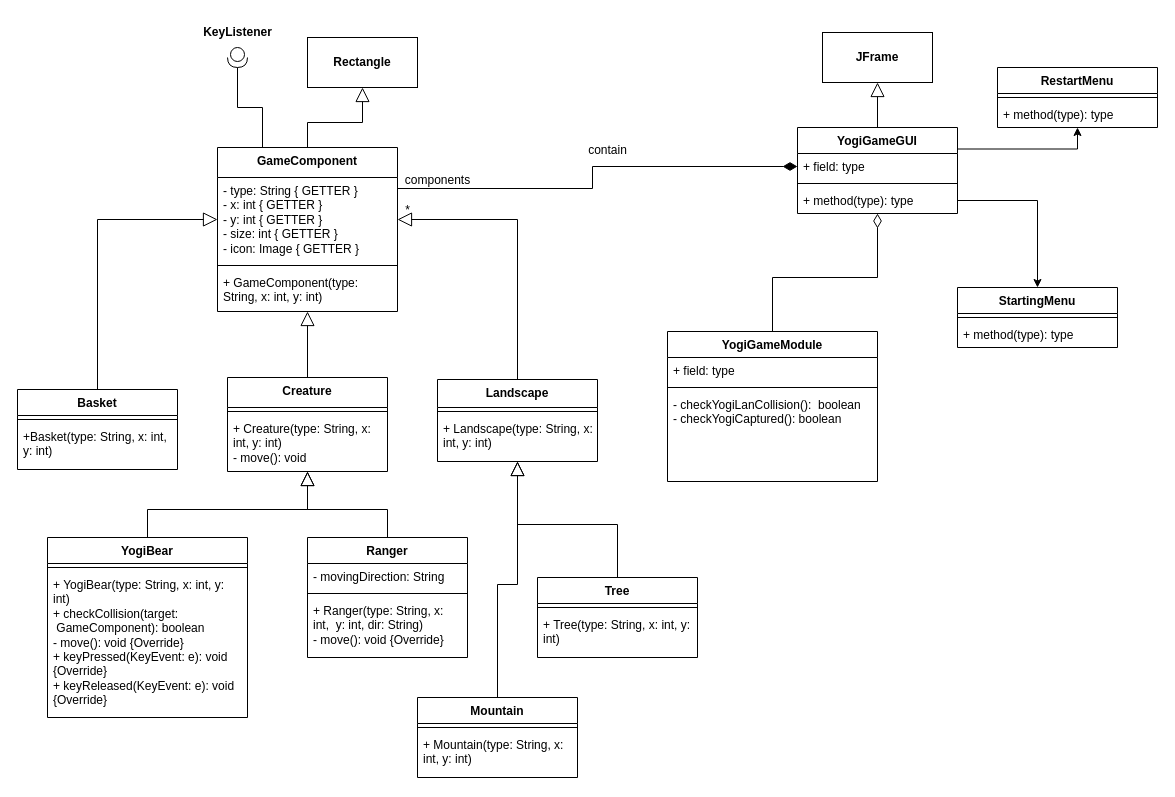
summertx/uml keeps this draw.io diagram as thirdAssignment.drawio. Above is the earlier version. Source tidied: cells renumbered, new cells numbered last; positions are measured from the earlier drawing's top-left corner, leaving out a move shared by most shapes. Both pictures are drawn from the tidied source at 100%, with x=0, y=0 at pixel (17, 17).
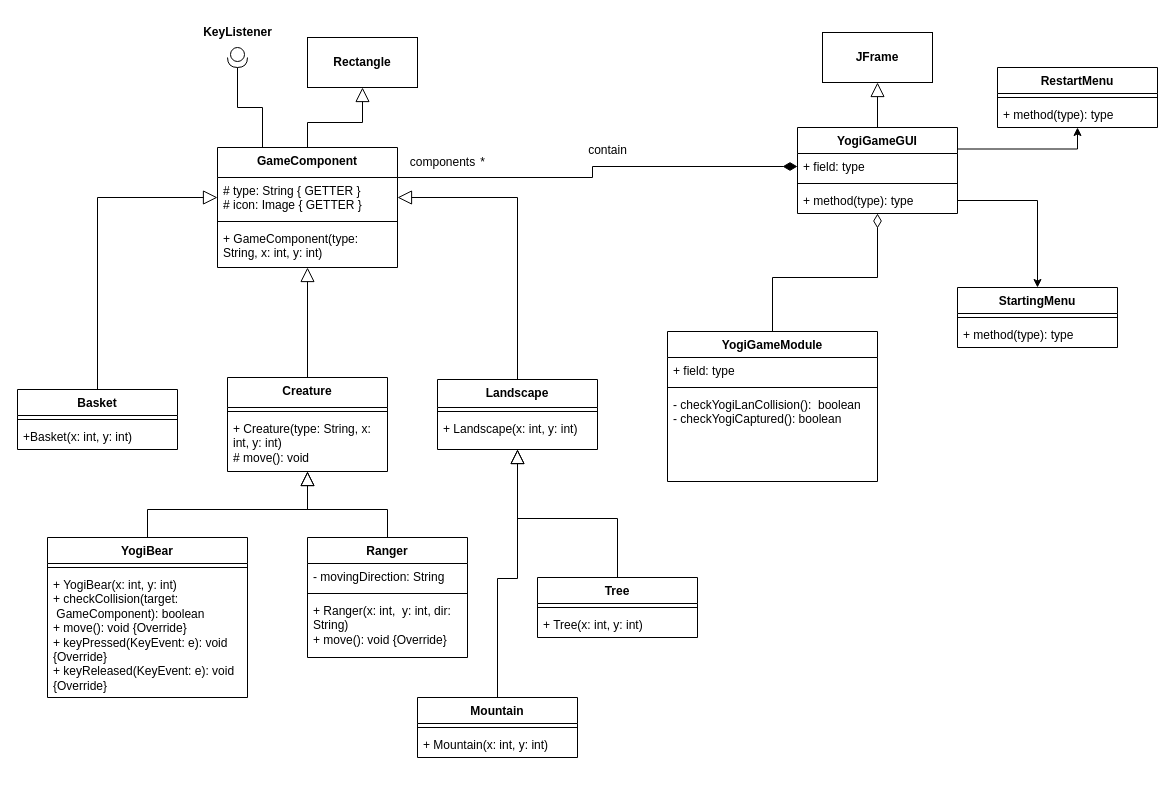
Above is the later version.

The change refers to these unchanged cells:
```xml
<mxCell id="3" value="&lt;div&gt;&lt;span style=&quot;background-color: initial;&quot;&gt;Creature&lt;/span&gt;&lt;/div&gt;" style="swimlane;fontStyle=1;align=center;verticalAlign=top;horizontal=1;startSize=30;whiteSpace=wrap;html=1;" parent="1" vertex="1">
  <mxGeometry x="210" y="360" width="160" height="94" as="geometry" />
</mxCell>
<mxCell id="26" value="Ranger" style="swimlane;fontStyle=1;align=center;verticalAlign=top;horizontal=1;startSize=26;whiteSpace=wrap;html=1;" parent="1" vertex="1">
  <mxGeometry x="290" y="520" width="160" height="120" as="geometry" />
</mxCell>
```

Change to the diagram source:
```diff
@@
-    <mxCell id="5" value="&lt;div&gt;+ Creature(type: String, x: int, y: int)&lt;/div&gt;- move(): void" style="text;strokeColor=none;fillColor=none;align=left;verticalAlign=top;spacingLeft=4;spacingRight=4;overflow=hidden;whiteSpace=wrap;html=1;" parent="3" vertex="1">
+    <mxCell id="5" value="&lt;div&gt;+ Creature(type: String, x: int, y: int)&lt;/div&gt;# move(): void" style="text;strokeColor=none;fillColor=none;align=left;verticalAlign=top;spacingLeft=4;spacingRight=4;overflow=hidden;whiteSpace=wrap;html=1;" parent="3" vertex="1">
       <mxGeometry y="38" width="160" height="56" as="geometry" />
     </mxCell>
@@
     <mxCell id="7" value="YogiBear" style="swimlane;fontStyle=1;align=center;verticalAlign=top;horizontal=1;startSize=26;whiteSpace=wrap;html=1;" parent="1" vertex="1">
-      <mxGeometry x="30" y="520" width="200" height="180" as="geometry" />
+      <mxGeometry x="30" y="520" width="200" height="160" as="geometry" />
     </mxCell>
@@
-    <mxCell id="9" value="&lt;div&gt;+ YogiBear(type: String, x: int, y: int)&lt;/div&gt;+ checkCollision(target:&amp;nbsp; &amp;nbsp; &amp;nbsp; &amp;nbsp;GameComponent): boolean&lt;div&gt;- move(): void {Override}&lt;/div&gt;&lt;div&gt;+ keyPressed(KeyEvent: e): void {Override}&lt;/div&gt;&lt;div&gt;+ keyReleased(KeyEvent: e): void {Override}&lt;/div&gt;" style="text;strokeColor=none;fillColor=none;align=left;verticalAlign=top;spacingLeft=4;spacingRight=4;overflow=hidden;whiteSpace=wrap;html=1;" parent="7" vertex="1">
-      <mxGeometry y="34" width="200" height="146" as="geometry" />
+    <mxCell id="9" value="&lt;div&gt;+ YogiBear(x: int, y: int)&lt;/div&gt;+ checkCollision(target:&amp;nbsp; &amp;nbsp; &amp;nbsp; &amp;nbsp;GameComponent): boolean&lt;div&gt;+ move(): void {Override}&lt;/div&gt;&lt;div&gt;+ keyPressed(KeyEvent: e): void {Override}&lt;/div&gt;&lt;div&gt;+ keyReleased(KeyEvent: e): void {Override}&lt;/div&gt;" style="text;strokeColor=none;fillColor=none;align=left;verticalAlign=top;spacingLeft=4;spacingRight=4;overflow=hidden;whiteSpace=wrap;html=1;" parent="7" vertex="1">
+      <mxGeometry y="34" width="200" height="126" as="geometry" />
     </mxCell>
@@
     <mxCell id="11" value="Basket" style="swimlane;fontStyle=1;align=center;verticalAlign=top;horizontal=1;startSize=26;whiteSpace=wrap;html=1;" parent="1" vertex="1">
-      <mxGeometry y="372" width="160" height="80" as="geometry" />
+      <mxGeometry y="372" width="160" height="60" as="geometry" />
     </mxCell>
@@
-    <mxCell id="13" value="+Basket(type: String, x: int, y: int)" style="text;strokeColor=none;fillColor=none;align=left;verticalAlign=top;spacingLeft=4;spacingRight=4;overflow=hidden;whiteSpace=wrap;html=1;" parent="11" vertex="1">
-      <mxGeometry y="34" width="160" height="46" as="geometry" />
+    <mxCell id="13" value="+Basket(x: int, y: int)" style="text;strokeColor=none;fillColor=none;align=left;verticalAlign=top;spacingLeft=4;spacingRight=4;overflow=hidden;whiteSpace=wrap;html=1;" parent="11" vertex="1">
+      <mxGeometry y="34" width="160" height="26" as="geometry" />
     </mxCell>
@@
     <mxCell id="15" value="&lt;div&gt;&lt;span style=&quot;background-color: initial;&quot;&gt;Landscape&lt;/span&gt;&lt;/div&gt;" style="swimlane;fontStyle=1;align=center;verticalAlign=top;horizontal=1;startSize=28;whiteSpace=wrap;html=1;" parent="1" vertex="1">
-      <mxGeometry x="420" y="362" width="160" height="82" as="geometry" />
+      <mxGeometry x="420" y="362" width="160" height="70" as="geometry" />
     </mxCell>
@@
-    <mxCell id="17" value="+ Landscape(type: String, x: int, y: int)" style="text;strokeColor=none;fillColor=none;align=left;verticalAlign=top;spacingLeft=4;spacingRight=4;overflow=hidden;whiteSpace=wrap;html=1;" parent="15" vertex="1">
-      <mxGeometry y="36" width="160" height="46" as="geometry" />
+    <mxCell id="17" value="+ Landscape(x: int, y: int)" style="text;strokeColor=none;fillColor=none;align=left;verticalAlign=top;spacingLeft=4;spacingRight=4;overflow=hidden;whiteSpace=wrap;html=1;" parent="15" vertex="1">
+      <mxGeometry y="36" width="160" height="34" as="geometry" />
     </mxCell>
@@
     <mxCell id="21" value="&lt;div&gt;&lt;span style=&quot;background-color: initial;&quot;&gt;GameComponent&lt;/span&gt;&lt;/div&gt;" style="swimlane;fontStyle=1;align=center;verticalAlign=top;horizontal=1;startSize=30;whiteSpace=wrap;html=1;" parent="1" vertex="1">
-      <mxGeometry x="200" y="130" width="180" height="164" as="geometry" />
+      <mxGeometry x="200" y="130" width="180" height="120" as="geometry" />
     </mxCell>
-    <mxCell id="22" value="&lt;div&gt;- type: String { GETTER }&lt;/div&gt;- x: int { GETTER }&lt;div&gt;- y: int { GETTER }&lt;/div&gt;&lt;div&gt;- size: int { GETTER }&lt;/div&gt;&lt;div&gt;- icon: Image { GETTER }&amp;nbsp;&lt;/div&gt;" style="text;strokeColor=none;fillColor=none;align=left;verticalAlign=top;spacingLeft=4;spacingRight=4;overflow=hidden;points=[[0,0.5],[1,0.5]];portConstraint=eastwest;whiteSpace=wrap;html=1;" parent="21" vertex="1">
-      <mxGeometry y="30" width="180" height="84" as="geometry" />
+    <mxCell id="22" value="&lt;div&gt;# type: String { GETTER }&lt;/div&gt;&lt;div&gt;# icon: Image { GETTER }&amp;nbsp;&lt;/div&gt;" style="text;strokeColor=none;fillColor=none;align=left;verticalAlign=top;spacingLeft=4;spacingRight=4;overflow=hidden;points=[[0,0.5],[1,0.5]];portConstraint=eastwest;whiteSpace=wrap;html=1;" parent="21" vertex="1">
+      <mxGeometry y="30" width="180" height="40" as="geometry" />
     </mxCell>
     <mxCell id="23" style="line;strokeWidth=1;fillColor=none;align=left;verticalAlign=middle;spacingTop=-1;spacingLeft=3;spacingRight=3;labelPosition=right;strokeColor=inherit;" parent="21" vertex="1">
-      <mxGeometry y="114" width="180" height="8" as="geometry" />
+      <mxGeometry y="70" width="180" height="8" as="geometry" />
     </mxCell>
     <mxCell id="24" value="&lt;div&gt;+ GameComponent(type: String, x: int, y: int)&lt;/div&gt;" style="text;strokeColor=none;fillColor=none;align=left;verticalAlign=top;spacingLeft=4;spacingRight=4;overflow=hidden;whiteSpace=wrap;html=1;" parent="21" vertex="1">
-      <mxGeometry y="122" width="180" height="42" as="geometry" />
+      <mxGeometry y="78" width="180" height="42" as="geometry" />
     </mxCell>
@@
-    <mxCell id="29" value="+ Ranger(type: String, x: int,&amp;nbsp; y: int, dir: String)&lt;div&gt;- move(): void {Override}&lt;/div&gt;" style="text;strokeColor=none;fillColor=none;align=left;verticalAlign=top;spacingLeft=4;spacingRight=4;overflow=hidden;whiteSpace=wrap;html=1;" parent="26" vertex="1">
+    <mxCell id="29" value="+ Ranger(x: int,&amp;nbsp; y: int, dir: String)&lt;div&gt;+ move(): void {Override}&lt;/div&gt;" style="text;strokeColor=none;fillColor=none;align=left;verticalAlign=top;spacingLeft=4;spacingRight=4;overflow=hidden;whiteSpace=wrap;html=1;" parent="26" vertex="1">
       <mxGeometry y="60" width="160" height="60" as="geometry" />
     </mxCell>
@@
     <mxCell id="31" value="Tree" style="swimlane;fontStyle=1;align=center;verticalAlign=top;horizontal=1;startSize=26;whiteSpace=wrap;html=1;" parent="1" vertex="1">
-      <mxGeometry x="520" y="560" width="160" height="80" as="geometry" />
+      <mxGeometry x="520" y="560" width="160" height="60" as="geometry" />
     </mxCell>
@@
-    <mxCell id="33" value="+ Tree(type: String, x: int, y: int)" style="text;strokeColor=none;fillColor=none;align=left;verticalAlign=top;spacingLeft=4;spacingRight=4;overflow=hidden;whiteSpace=wrap;html=1;" parent="31" vertex="1">
-      <mxGeometry y="34" width="160" height="46" as="geometry" />
+    <mxCell id="33" value="+ Tree(x: int, y: int)" style="text;strokeColor=none;fillColor=none;align=left;verticalAlign=top;spacingLeft=4;spacingRight=4;overflow=hidden;whiteSpace=wrap;html=1;" parent="31" vertex="1">
+      <mxGeometry y="34" width="160" height="26" as="geometry" />
     </mxCell>
@@
     <mxCell id="35" value="Mountain" style="swimlane;fontStyle=1;align=center;verticalAlign=top;horizontal=1;startSize=26;whiteSpace=wrap;html=1;" parent="1" vertex="1">
-      <mxGeometry x="400" y="680" width="160" height="80" as="geometry" />
+      <mxGeometry x="400" y="680" width="160" height="60" as="geometry" />
     </mxCell>
@@
-    <mxCell id="37" value="+ Mountain(type: String, x: int, y: int)" style="text;strokeColor=none;fillColor=none;align=left;verticalAlign=top;spacingLeft=4;spacingRight=4;overflow=hidden;whiteSpace=wrap;html=1;" parent="35" vertex="1">
-      <mxGeometry y="34" width="160" height="46" as="geometry" />
+    <mxCell id="37" value="+ Mountain(x: int, y: int)" style="text;strokeColor=none;fillColor=none;align=left;verticalAlign=top;spacingLeft=4;spacingRight=4;overflow=hidden;whiteSpace=wrap;html=1;" parent="35" vertex="1">
+      <mxGeometry y="34" width="160" height="26" as="geometry" />
     </mxCell>
@@
     <mxCell id="60" value="components" style="text;html=1;align=center;verticalAlign=middle;strokeColor=none;fillColor=none;" parent="1" vertex="1">
-      <mxGeometry x="375" y="148" width="90" height="30" as="geometry" />
+      <mxGeometry x="380" y="130" width="90" height="30" as="geometry" />
     </mxCell>
     <mxCell id="61" value="*" style="text;html=1;align=center;verticalAlign=middle;strokeColor=none;fillColor=none;" parent="1" vertex="1">
-      <mxGeometry x="375" y="178" width="30" height="30" as="geometry" />
+      <mxGeometry x="450" y="130" width="30" height="30" as="geometry" />
     </mxCell>
```
